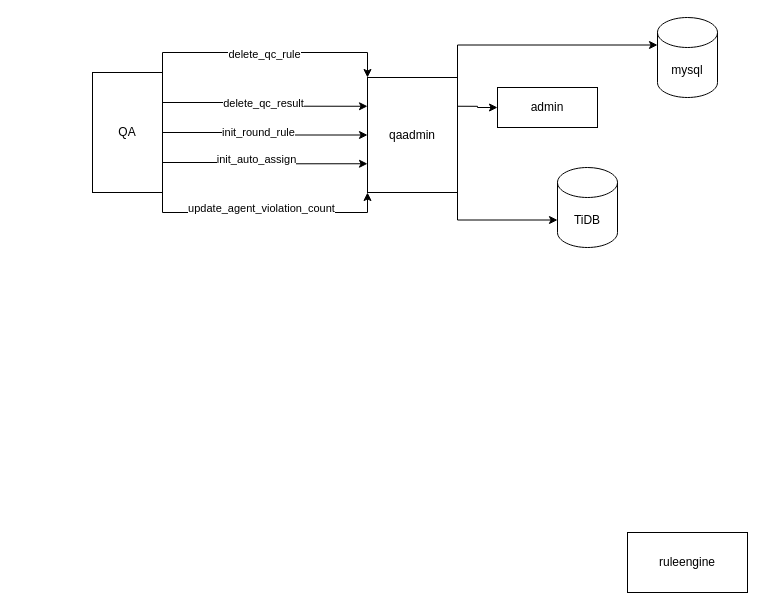
This is Untitled Diagram.drawio from IMSTlsc/gin, a draw.io file, before an edit. Source tidied: cells renumbered, new cells numbered last; positions are measured from the earlier drawing's top-left corner, leaving out a move shared by most shapes. Both pictures are drawn from the tidied source at 100%, with x=0, y=0 at pixel (92, 17).
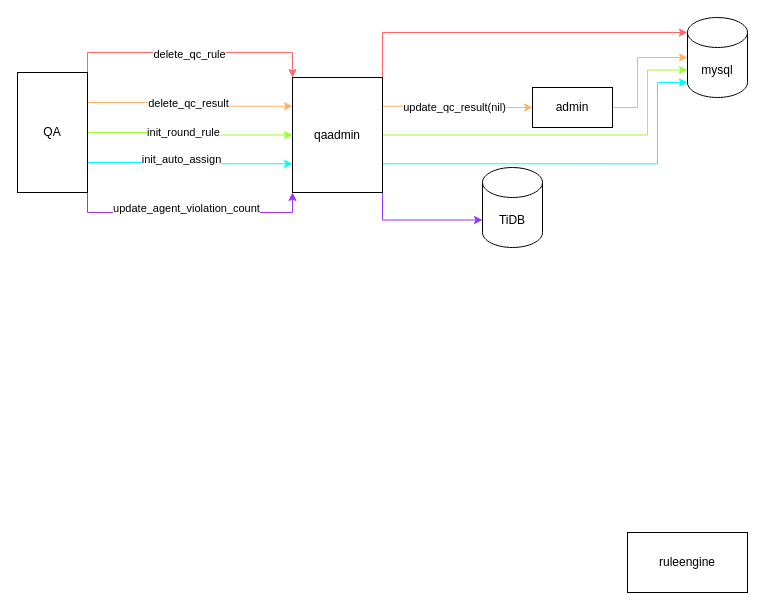
Above is the later version.

The edit, as a diff of the source:
```diff
@@
-    <mxCell id="2" value="admin" style="rounded=0;whiteSpace=wrap;html=1;" parent="1" vertex="1">
-      <mxGeometry x="405" y="70" width="100" height="40" as="geometry" />
-    </mxCell>
     <mxCell id="3" value="mysql" style="shape=cylinder3;whiteSpace=wrap;html=1;boundedLbl=1;backgroundOutline=1;size=15;" parent="1" vertex="1">
-      <mxGeometry x="565" width="60" height="80" as="geometry" />
+      <mxGeometry x="595" width="60" height="80" as="geometry" />
     </mxCell>
     <mxCell id="4" value="TiDB" style="shape=cylinder3;whiteSpace=wrap;html=1;boundedLbl=1;backgroundOutline=1;size=15;" parent="1" vertex="1">
-      <mxGeometry x="465" y="150" width="60" height="80" as="geometry" />
+      <mxGeometry x="390" y="150" width="60" height="80" as="geometry" />
     </mxCell>
-    <mxCell id="5" style="edgeStyle=orthogonalEdgeStyle;rounded=0;jettySize=auto;html=1;exitX=1;exitY=1;exitDx=0;exitDy=0;entryX=0;entryY=0;entryDx=0;entryDy=52.5;entryPerimeter=0;" parent="1" edge="1" source="8" target="4">
+    <mxCell id="5" style="edgeStyle=orthogonalEdgeStyle;rounded=0;jettySize=auto;html=1;exitX=1;exitY=1;exitDx=0;exitDy=0;entryX=0;entryY=0;entryDx=0;entryDy=52.5;entryPerimeter=0;strokeColor=#9933FF;" parent="1" edge="1" source="8" target="4">
       <mxGeometry relative="1" as="geometry" />
     </mxCell>
-    <mxCell id="6" style="edgeStyle=orthogonalEdgeStyle;rounded=0;jettySize=auto;html=1;exitX=1;exitY=0;exitDx=0;exitDy=0;entryX=0;entryY=0;entryDx=0;entryDy=27.5;entryPerimeter=0;" parent="1" edge="1" source="8" target="3">
-      <mxGeometry relative="1" as="geometry" />
-    </mxCell>
-    <mxCell id="7" style="edgeStyle=orthogonalEdgeStyle;rounded=0;jettySize=auto;html=1;exitX=1;exitY=0.25;exitDx=0;exitDy=0;entryX=0;entryY=0.5;entryDx=0;entryDy=0;" parent="1" edge="1" source="8" target="2">
+    <mxCell id="7" style="edgeStyle=orthogonalEdgeStyle;rounded=0;jettySize=auto;html=1;exitX=1;exitY=0.25;exitDx=0;exitDy=0;strokeColor=#FFB366;" parent="1" edge="1" source="8" target="2">
       <mxGeometry relative="1" as="geometry" />
     </mxCell>
+    <mxCell id="21" value="update_qc_result(nil)" style="edgeLabel;html=1;align=center;verticalAlign=middle;" parent="7" vertex="1">
+      <mxGeometry x="0.05" y="-1" relative="1" as="geometry">
+        <mxPoint x="-6" y="-2" as="offset" />
+      </mxGeometry>
+    </mxCell>
+    <mxCell id="22" style="edgeStyle=orthogonalEdgeStyle;rounded=0;jettySize=auto;html=1;exitX=1;exitY=0.5;exitDx=0;exitDy=0;entryX=0;entryY=0;entryDx=0;entryDy=52.5;entryPerimeter=0;strokeColor=#99FF33;" parent="1" edge="1" source="8" target="3">
+      <mxGeometry relative="1" as="geometry">
+        <Array as="points">
+          <mxPoint x="555" y="118" />
+          <mxPoint x="555" y="53" />
+        </Array>
+      </mxGeometry>
+    </mxCell>
+    <mxCell id="23" style="edgeStyle=orthogonalEdgeStyle;rounded=0;jettySize=auto;html=1;exitX=1;exitY=0.75;exitDx=0;exitDy=0;entryX=0;entryY=1;entryDx=0;entryDy=-15;entryPerimeter=0;strokeColor=#00FFFF;" parent="1" edge="1" source="8" target="3">
+      <mxGeometry relative="1" as="geometry">
+        <Array as="points">
+          <mxPoint x="565" y="146" />
+          <mxPoint x="565" y="65" />
+        </Array>
+      </mxGeometry>
+    </mxCell>
+    <mxCell id="24" style="edgeStyle=orthogonalEdgeStyle;rounded=0;jettySize=auto;html=1;exitX=1;exitY=0;exitDx=0;exitDy=0;entryX=0;entryY=0;entryDx=0;entryDy=15;entryPerimeter=0;strokeColor=#FF6666;" parent="1" edge="1" source="8" target="3">
+      <mxGeometry relative="1" as="geometry" />
+    </mxCell>
     <mxCell id="8" value="qaadmin" style="rounded=0;whiteSpace=wrap;html=1;direction=east;" parent="1" vertex="1">
-      <mxGeometry x="275" y="60" width="90" height="115" as="geometry" />
+      <mxGeometry x="200" y="60" width="90" height="115" as="geometry" />
     </mxCell>
@@
-    <mxCell id="10" style="edgeStyle=orthogonalEdgeStyle;rounded=0;jettySize=auto;html=1;entryX=0;entryY=0.25;entryDx=0;entryDy=0;exitX=1;exitY=0.25;exitDx=0;exitDy=0;" parent="1" edge="1" source="20" target="8">
+    <mxCell id="10" style="edgeStyle=orthogonalEdgeStyle;rounded=0;jettySize=auto;html=1;entryX=0;entryY=0.25;entryDx=0;entryDy=0;exitX=1;exitY=0.25;exitDx=0;exitDy=0;strokeColor=#FFB366;" parent="1" edge="1" source="20" target="8">
       <mxGeometry relative="1" as="geometry" />
     </mxCell>
@@
-    <mxCell id="12" style="edgeStyle=orthogonalEdgeStyle;rounded=0;jettySize=auto;html=1;exitX=1;exitY=0.5;exitDx=0;exitDy=0;entryX=0;entryY=0.5;entryDx=0;entryDy=0;" parent="1" edge="1" source="20" target="8">
+    <mxCell id="12" style="edgeStyle=orthogonalEdgeStyle;rounded=0;jettySize=auto;html=1;exitX=1;exitY=0.5;exitDx=0;exitDy=0;entryX=0;entryY=0.5;entryDx=0;entryDy=0;strokeColor=#99FF33;" parent="1" edge="1" source="20" target="8">
       <mxGeometry relative="1" as="geometry" />
     </mxCell>
@@
-    <mxCell id="14" style="edgeStyle=orthogonalEdgeStyle;rounded=0;jettySize=auto;html=1;exitX=1;exitY=0.75;exitDx=0;exitDy=0;entryX=0;entryY=0.75;entryDx=0;entryDy=0;" parent="1" edge="1" source="20" target="8">
+    <mxCell id="14" style="edgeStyle=orthogonalEdgeStyle;rounded=0;jettySize=auto;html=1;exitX=1;exitY=0.75;exitDx=0;exitDy=0;entryX=0;entryY=0.75;entryDx=0;entryDy=0;strokeColor=#00FFFF;" parent="1" edge="1" source="20" target="8">
       <mxGeometry relative="1" as="geometry" />
     </mxCell>
@@
-    <mxCell id="16" style="edgeStyle=orthogonalEdgeStyle;rounded=0;jettySize=auto;html=1;exitX=1;exitY=0;exitDx=0;exitDy=0;entryX=0;entryY=0;entryDx=0;entryDy=0;" parent="1" edge="1" source="20" target="8">
+    <mxCell id="16" style="edgeStyle=orthogonalEdgeStyle;rounded=0;jettySize=auto;html=1;exitX=1;exitY=0;exitDx=0;exitDy=0;entryX=0;entryY=0;entryDx=0;entryDy=0;strokeColor=#FF6666;" parent="1" edge="1" source="20" target="8">
       <mxGeometry relative="1" as="geometry" />
     </mxCell>
@@
-    <mxCell id="18" style="edgeStyle=orthogonalEdgeStyle;rounded=0;jettySize=auto;html=1;exitX=1;exitY=1;exitDx=0;exitDy=0;entryX=0;entryY=1;entryDx=0;entryDy=0;" parent="1" edge="1" source="20" target="8">
+    <mxCell id="18" style="edgeStyle=orthogonalEdgeStyle;rounded=0;jettySize=auto;html=1;exitX=1;exitY=1;exitDx=0;exitDy=0;entryX=0;entryY=1;entryDx=0;entryDy=0;strokeColor=#9933FF;" parent="1" edge="1" source="20" target="8">
       <mxGeometry relative="1" as="geometry" />
     </mxCell>
@@
     <mxCell id="20" value="QA" style="rounded=0;whiteSpace=wrap;html=1;direction=east;" parent="1" vertex="1">
-      <mxGeometry y="55" width="70" height="120" as="geometry" />
+      <mxGeometry x="-75" y="55" width="70" height="120" as="geometry" />
     </mxCell>
+    <mxCell id="25" style="edgeStyle=orthogonalEdgeStyle;rounded=0;jettySize=auto;html=1;exitX=1;exitY=0.5;exitDx=0;exitDy=0;entryX=0;entryY=0.5;entryDx=0;entryDy=0;entryPerimeter=0;strokeColor=#FFB366;" parent="1" edge="1" source="2" target="3">
+      <mxGeometry relative="1" as="geometry">
+        <Array as="points">
+          <mxPoint x="545" y="90" />
+          <mxPoint x="545" y="40" />
+        </Array>
+      </mxGeometry>
+    </mxCell>
+    <mxCell id="2" value="admin" style="rounded=0;whiteSpace=wrap;html=1;" parent="1" vertex="1">
+      <mxGeometry x="440" y="70" width="80" height="40" as="geometry" />
+    </mxCell>
```
